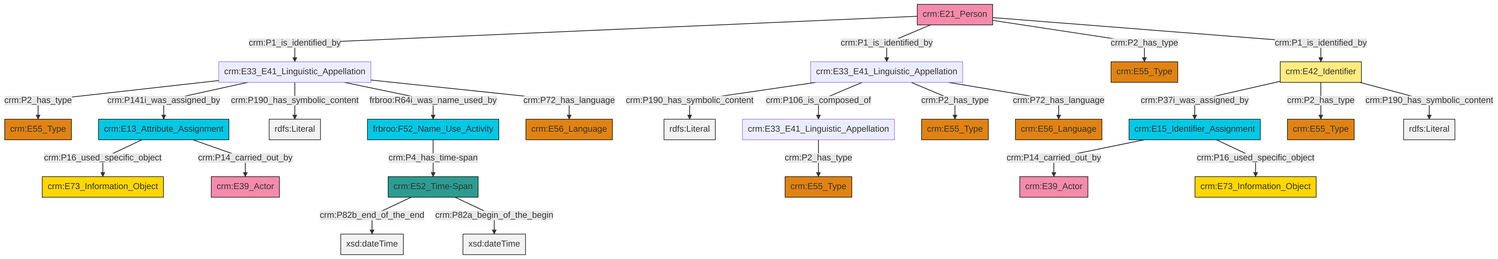
Earlier version of the Mermaid export et/personCSV/ttl/mmd/png/Person_Names_and_Classification.png (swiss-art-research-net/docs.swissartresearch). Its source is kept beside it as et/personCSV/ttl/mmd/Person_Names_and_Classification.ttl.mmd.
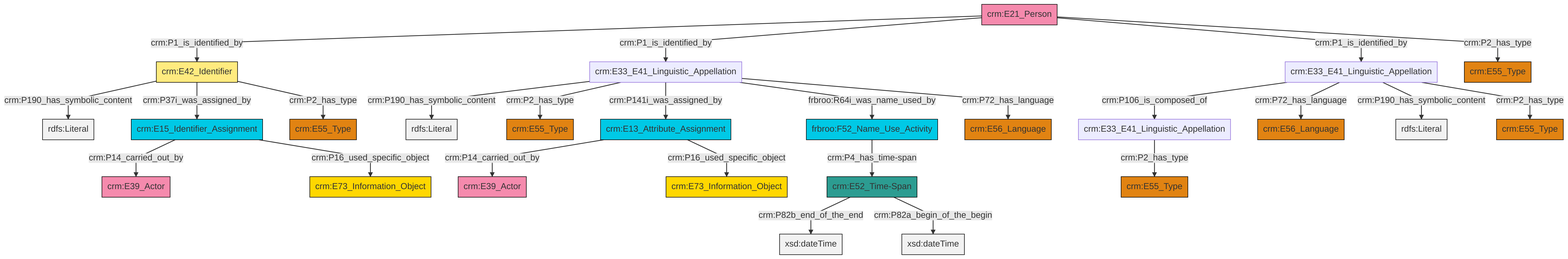
After the commit.

Change to the diagram source:
```diff
@@ -13,27 +13,27 @@
 classDef PC_Classes fill:#4ce600, stroke:#000000;
 classDef Multi fill:#cccccc,stroke:#000000;
 
-4["crm:E13_Attribute_Assignment"]:::Temporal_Entity -->|crm:P16_used_specific_object| 5["crm:E73_Information_Object"]:::Conceptual_Object
-0["crm:E52_Time-Span"]:::Time-Span -->|crm:P82b_end_of_the_end| 6[xsd:dateTime]:::Literal
-7["crm:E33_E41_Linguistic_Appellation"]:::Default -->|crm:P2_has_type| 8["crm:E55_Type"]:::Type
-0["crm:E52_Time-Span"]:::Time-Span -->|crm:P82a_begin_of_the_begin| 9[xsd:dateTime]:::Literal
-10["crm:E33_E41_Linguistic_Appellation"]:::Default -->|crm:P190_has_symbolic_content| 11[rdfs:Literal]:::Literal
-13["crm:E21_Person"]:::Actor -->|crm:P1_is_identified_by| 7["crm:E33_E41_Linguistic_Appellation"]:::Default
-22["crm:E15_Identifier_Assignment"]:::Temporal_Entity -->|crm:P14_carried_out_by| 19["crm:E39_Actor"]:::Actor
-10["crm:E33_E41_Linguistic_Appellation"]:::Default -->|crm:P106_is_composed_of| 23["crm:E33_E41_Linguistic_Appellation"]:::Default
-4["crm:E13_Attribute_Assignment"]:::Temporal_Entity -->|crm:P14_carried_out_by| 24["crm:E39_Actor"]:::Actor
-7["crm:E33_E41_Linguistic_Appellation"]:::Default -->|crm:P141i_was_assigned_by| 4["crm:E13_Attribute_Assignment"]:::Temporal_Entity
-10["crm:E33_E41_Linguistic_Appellation"]:::Default -->|crm:P2_has_type| 25["crm:E55_Type"]:::Type
-7["crm:E33_E41_Linguistic_Appellation"]:::Default -->|crm:P190_has_symbolic_content| 29[rdfs:Literal]:::Literal
-17["crm:E42_Identifier"]:::Appellation -->|crm:P37i_was_assigned_by| 22["crm:E15_Identifier_Assignment"]:::Temporal_Entity
-17["crm:E42_Identifier"]:::Appellation -->|crm:P2_has_type| 37["crm:E55_Type"]:::Type
-13["crm:E21_Person"]:::Actor -->|crm:P1_is_identified_by| 10["crm:E33_E41_Linguistic_Appellation"]:::Default
-7["crm:E33_E41_Linguistic_Appellation"]:::Default -->|frbroo:R64i_was_name_used_by| 2["frbroo:F52_Name_Use_Activity"]:::Temporal_Entity
-22["crm:E15_Identifier_Assignment"]:::Temporal_Entity -->|crm:P16_used_specific_object| 41["crm:E73_Information_Object"]:::Conceptual_Object
-7["crm:E33_E41_Linguistic_Appellation"]:::Default -->|crm:P72_has_language| 14["crm:E56_Language"]:::Type
-23["crm:E33_E41_Linguistic_Appellation"]:::Default -->|crm:P2_has_type| 38["crm:E55_Type"]:::Type
-10["crm:E33_E41_Linguistic_Appellation"]:::Default -->|crm:P72_has_language| 32["crm:E56_Language"]:::Type
-13["crm:E21_Person"]:::Actor -->|crm:P2_has_type| 27["crm:E55_Type"]:::Type
-2["frbroo:F52_Name_Use_Activity"]:::Temporal_Entity -->|crm:P4_has_time-span| 0["crm:E52_Time-Span"]:::Time-Span
-17["crm:E42_Identifier"]:::Appellation -->|crm:P190_has_symbolic_content| 45[rdfs:Literal]:::Literal
-13["crm:E21_Person"]:::Actor -->|crm:P1_is_identified_by| 17["crm:E42_Identifier"]:::Appellation
+0["frbroo:F52_Name_Use_Activity"]:::Temporal_Entity -->|crm:P4_has_time-span| 1["crm:E52_Time-Span"]:::Time-Span
+1["crm:E52_Time-Span"]:::Time-Span -->|crm:P82b_end_of_the_end| 8[xsd:dateTime]:::Literal
+9["crm:E33_E41_Linguistic_Appellation"]:::Default -->|crm:P106_is_composed_of| 10["crm:E33_E41_Linguistic_Appellation"]:::Default
+1["crm:E52_Time-Span"]:::Time-Span -->|crm:P82a_begin_of_the_begin| 11[xsd:dateTime]:::Literal
+10["crm:E33_E41_Linguistic_Appellation"]:::Default -->|crm:P2_has_type| 13["crm:E55_Type"]:::Type
+14["crm:E33_E41_Linguistic_Appellation"]:::Default -->|crm:P190_has_symbolic_content| 15[rdfs:Literal]:::Literal
+16["crm:E42_Identifier"]:::Appellation -->|crm:P190_has_symbolic_content| 17[rdfs:Literal]:::Literal
+20["crm:E13_Attribute_Assignment"]:::Temporal_Entity -->|crm:P14_carried_out_by| 21["crm:E39_Actor"]:::Actor
+14["crm:E33_E41_Linguistic_Appellation"]:::Default -->|crm:P2_has_type| 18["crm:E55_Type"]:::Type
+14["crm:E33_E41_Linguistic_Appellation"]:::Default -->|crm:P141i_was_assigned_by| 20["crm:E13_Attribute_Assignment"]:::Temporal_Entity
+26["crm:E21_Person"]:::Actor -->|crm:P1_is_identified_by| 16["crm:E42_Identifier"]:::Appellation
+9["crm:E33_E41_Linguistic_Appellation"]:::Default -->|crm:P72_has_language| 2["crm:E56_Language"]:::Type
+16["crm:E42_Identifier"]:::Appellation -->|crm:P37i_was_assigned_by| 28["crm:E15_Identifier_Assignment"]:::Temporal_Entity
+26["crm:E21_Person"]:::Actor -->|crm:P1_is_identified_by| 14["crm:E33_E41_Linguistic_Appellation"]:::Default
+14["crm:E33_E41_Linguistic_Appellation"]:::Default -->|frbroo:R64i_was_name_used_by| 0["frbroo:F52_Name_Use_Activity"]:::Temporal_Entity
+28["crm:E15_Identifier_Assignment"]:::Temporal_Entity -->|crm:P14_carried_out_by| 31["crm:E39_Actor"]:::Actor
+9["crm:E33_E41_Linguistic_Appellation"]:::Default -->|crm:P190_has_symbolic_content| 36[rdfs:Literal]:::Literal
+26["crm:E21_Person"]:::Actor -->|crm:P1_is_identified_by| 9["crm:E33_E41_Linguistic_Appellation"]:::Default
+26["crm:E21_Person"]:::Actor -->|crm:P2_has_type| 22["crm:E55_Type"]:::Type
+20["crm:E13_Attribute_Assignment"]:::Temporal_Entity -->|crm:P16_used_specific_object| 29["crm:E73_Information_Object"]:::Conceptual_Object
+28["crm:E15_Identifier_Assignment"]:::Temporal_Entity -->|crm:P16_used_specific_object| 6["crm:E73_Information_Object"]:::Conceptual_Object
+16["crm:E42_Identifier"]:::Appellation -->|crm:P2_has_type| 32["crm:E55_Type"]:::Type
+9["crm:E33_E41_Linguistic_Appellation"]:::Default -->|crm:P2_has_type| 4["crm:E55_Type"]:::Type
+14["crm:E33_E41_Linguistic_Appellation"]:::Default -->|crm:P72_has_language| 39["crm:E56_Language"]:::Type
```
